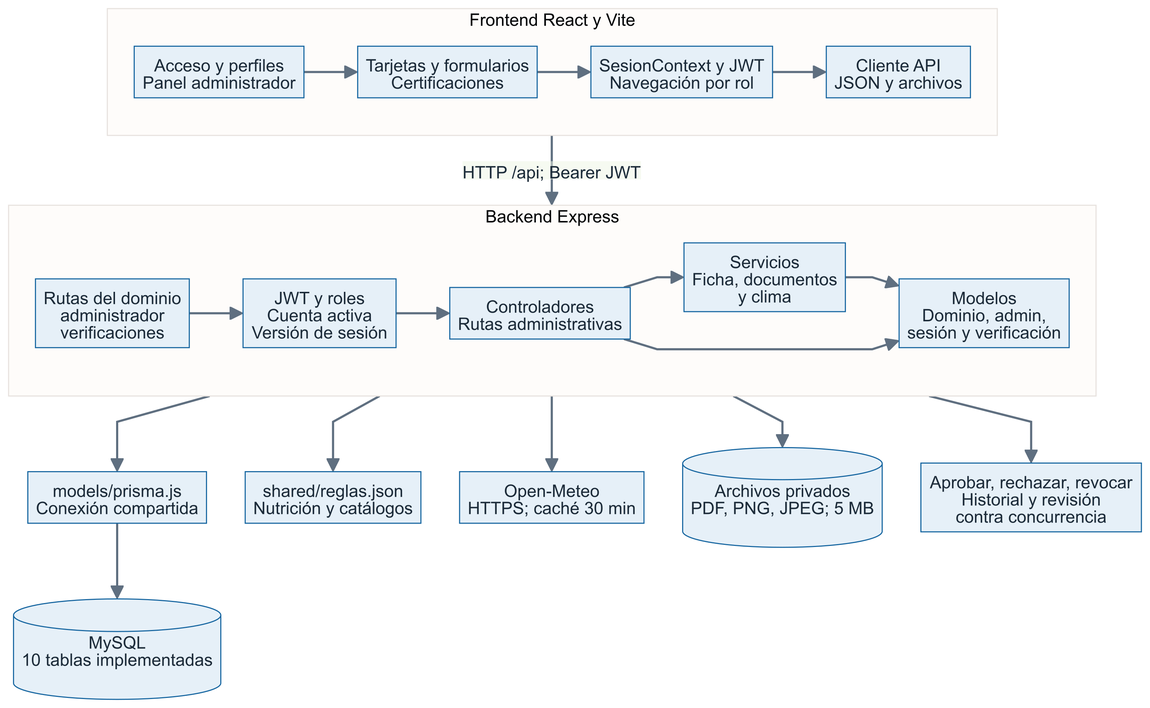
rodriacr/FitSearch keeps this Mermaid diagram as FASE 2/Evidencias Proyecto/Evidencias de documentación/Diagramas (Miro)/Actualización Sprint 3/07_Vista_de_Desarrollo.png. Above is the earlier version. Its source is kept beside it as FASE 2/Evidencias Proyecto/Evidencias de documentación/Diagramas (Miro)/Actualización Sprint 3/07_Vista_de_Desarrollo.mmd.
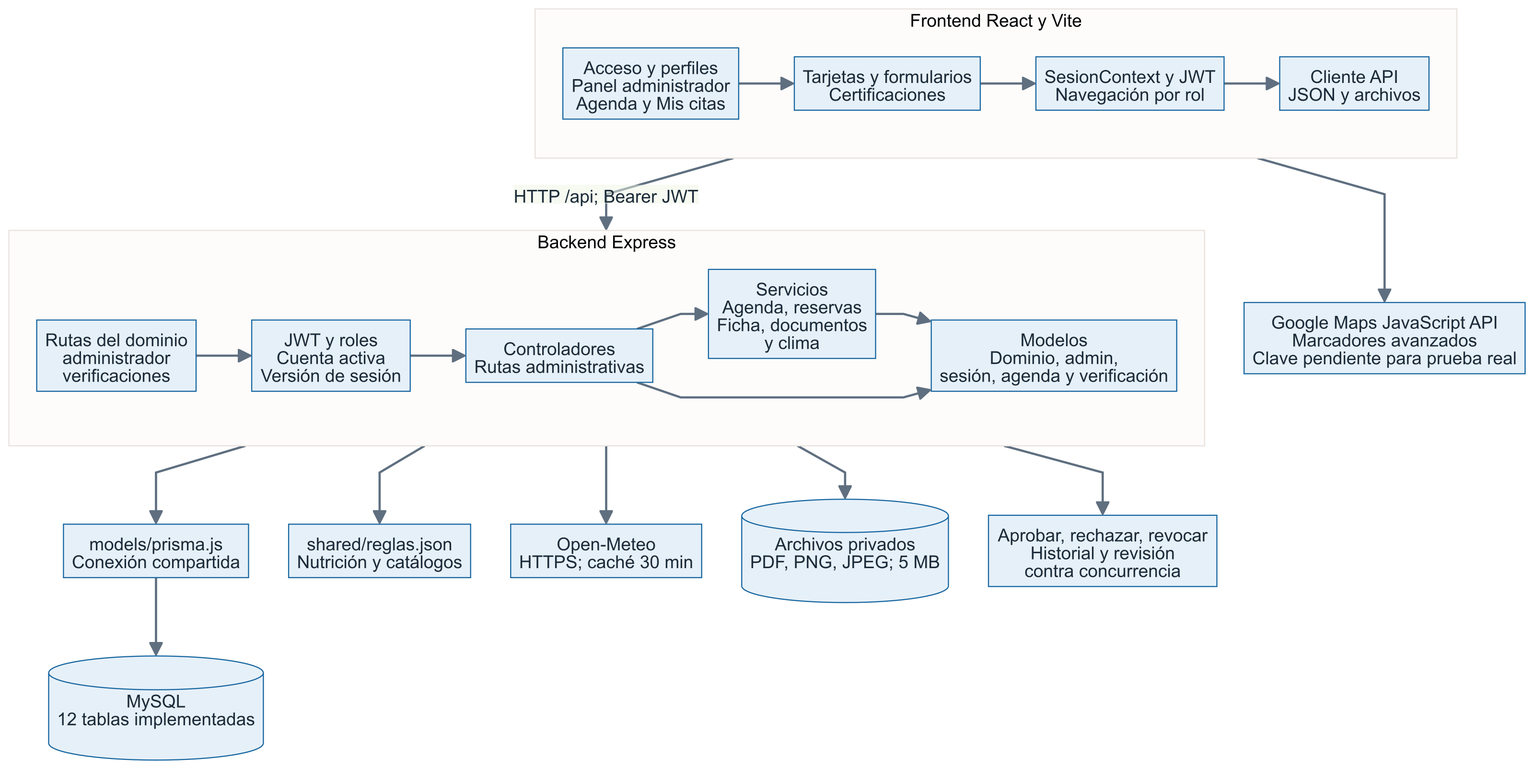
After the change.

What changed in the source:
```diff
@@ -1,7 +1,7 @@
 flowchart TB
   subgraph SPA[Frontend React y Vite]
     direction LR
-    P["Acceso y perfiles<br/>Panel administrador"]
+    P["Acceso y perfiles<br/>Panel administrador<br/>Agenda y Mis citas"]
     C["Tarjetas y formularios<br/>Certificaciones"]
     S["SesionContext y JWT<br/>Navegación por rol"]
     A["Cliente API<br/>JSON y archivos"]
@@ -12,15 +12,16 @@
     R["Rutas del dominio<br/>administrador<br/>verificaciones"]
     M["JWT y roles<br/>Cuenta activa<br/>Versión de sesión"]
     K["Controladores<br/>Rutas administrativas"]
-    V["Servicios<br/>Ficha, documentos<br/>y clima"]
-    D["Modelos<br/>Dominio, admin,<br/>sesión y verificación"]
+    V["Servicios<br/>Agenda, reservas<br/>Ficha, documentos<br/>y clima"]
+    D["Modelos<br/>Dominio, admin,<br/>sesión, agenda y verificación"]
     R --> M --> K --> V --> D
     K --> D
   end
   SPA -->|"HTTP /api; Bearer JWT"| API
   API --> PR["models/prisma.js<br/>Conexión compartida"]
-  PR --> DB[("MySQL<br/>10 tablas implementadas")]
+  PR --> DB[("MySQL<br/>12 tablas implementadas")]
   API --> G["shared/reglas.json<br/>Nutrición y catálogos"]
   API --> O["Open-Meteo<br/>HTTPS; caché 30 min"]
   API --> F[("Archivos privados<br/>PDF, PNG, JPEG; 5 MB")]
   API --> N["Aprobar, rechazar, revocar<br/>Historial y revisión<br/>contra concurrencia"]
+  SPA --> GM["Google Maps JavaScript API<br/>Marcadores avanzados<br/>Clave pendiente para prueba real"]
```
